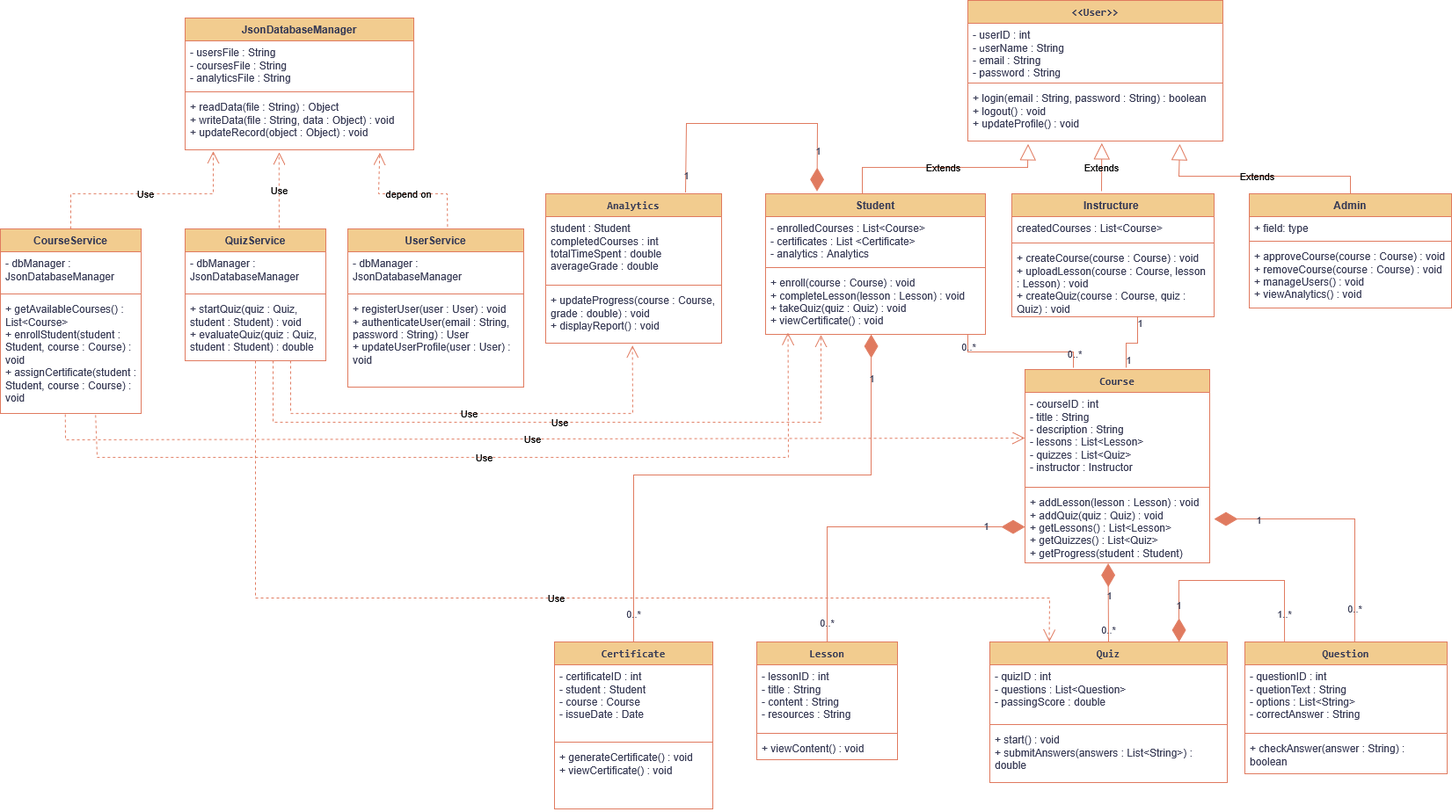
Before: exports/class.drawio.png, a diagram exported from draw.io (Mohamed-Bahig/SkillForge-UML-Design). Source tidied: cells renumbered, new cells last; positions are measured from the earlier drawing's top-left corner, leaving out a move shared by most shapes.
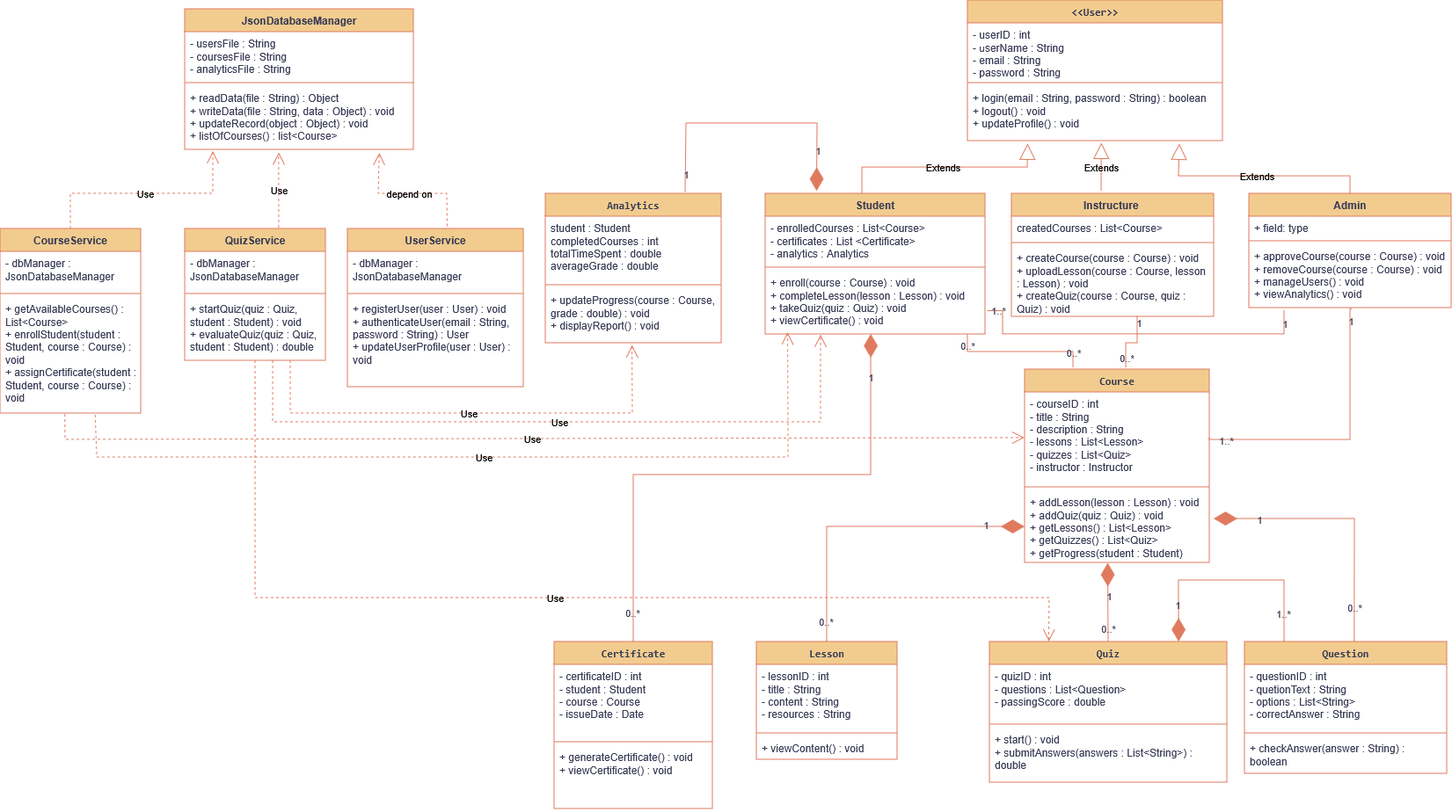
After the change.

Diff of the diagram source:
```diff
@@ -154,9 +154,9 @@
     <mxCell id="45" value="1" style="edgeLabel;html=1;align=center;verticalAlign=middle;labelBackgroundColor=none;fontColor=#393C56;" parent="44" vertex="1">
       <mxGeometry x="0.78" y="-2" relative="1" as="geometry" />
     </mxCell>
-    <mxCell id="46" value="1" style="edgeLabel;html=1;align=center;verticalAlign=middle;labelBackgroundColor=none;fontColor=#393C56;" parent="44" vertex="1">
-      <mxGeometry x="-0.76" y="-2" relative="1" as="geometry" />
-    </mxCell>
+    <mxCell id="93" value="0..*" style="edgeLabel;html=1;align=center;verticalAlign=middle;labelBackgroundColor=none;fontColor=#393C56;" parent="44" vertex="1">
+      <mxGeometry x="-0.68" y="-1" relative="1" as="geometry" />
+    </mxCell>
     <mxCell id="47" value="&lt;code&gt;Analytics&lt;/code&gt;" style="swimlane;fontStyle=1;align=center;verticalAlign=top;horizontal=1;startSize=26;whiteSpace=wrap;html=1;labelBackgroundColor=none;fillColor=#F2CC8F;strokeColor=#E07A5F;fontColor=#393C56;" parent="1" vertex="1">
       <mxGeometry x="620" y="220" width="200" height="170" as="geometry" />
     </mxCell>
@@ -170,7 +170,7 @@
       <mxGeometry y="108" width="200" height="62" as="geometry" />
     </mxCell>
     <mxCell id="51" value="JsonDatabaseManager" style="swimlane;fontStyle=1;align=center;verticalAlign=top;horizontal=1;startSize=26;whiteSpace=wrap;html=1;labelBackgroundColor=none;fillColor=#F2CC8F;strokeColor=#E07A5F;fontColor=#393C56;" parent="1" vertex="1">
-      <mxGeometry x="210" y="20" width="260" height="150" as="geometry" />
+      <mxGeometry x="210" y="10" width="260" height="160" as="geometry" />
     </mxCell>
     <mxCell id="52" value="&lt;div&gt;- usersFile : String&lt;/div&gt;&lt;div&gt;- coursesFile : String&lt;/div&gt;- analyticsFile : String" style="text;strokeColor=none;fillColor=none;align=left;verticalAlign=top;spacingLeft=4;spacingRight=4;overflow=hidden;whiteSpace=wrap;html=1;labelBackgroundColor=none;fontColor=#393C56;" parent="51" vertex="1">
       <mxGeometry y="26" width="260" height="54" as="geometry" />
@@ -178,8 +178,8 @@
     <mxCell id="53" style="line;strokeWidth=1;fillColor=none;align=left;verticalAlign=middle;spacingTop=-1;spacingLeft=3;spacingRight=3;labelPosition=right;strokeColor=#E07A5F;labelBackgroundColor=none;fontColor=#393C56;" parent="51" vertex="1">
       <mxGeometry y="80" width="260" height="8" as="geometry" />
     </mxCell>
-    <mxCell id="54" value="&lt;div&gt;+ readData(file : String) : Object&lt;/div&gt;&lt;div&gt;+ writeData(file : String, data : Object) : void&lt;/div&gt;&lt;div&gt;+ updateRecord(object : Object) : void&lt;/div&gt;" style="text;strokeColor=none;fillColor=none;align=left;verticalAlign=top;spacingLeft=4;spacingRight=4;overflow=hidden;points=[[0,0.5],[1,0.5]];portConstraint=eastwest;whiteSpace=wrap;html=1;labelBackgroundColor=none;fontColor=#393C56;" parent="51" vertex="1">
-      <mxGeometry y="88" width="260" height="62" as="geometry" />
+    <mxCell id="54" value="&lt;div&gt;+ readData(file : String) : Object&lt;/div&gt;&lt;div&gt;+ writeData(file : String, data : Object) : void&lt;/div&gt;&lt;div&gt;+ updateRecord(object : Object) : void&lt;/div&gt;&lt;div&gt;&lt;div&gt;+ listOfCour&lt;span style=&quot;white-space: pre;&quot;&gt;ses() &lt;/span&gt;: list&amp;lt;Course&amp;gt;&lt;/div&gt;&lt;/div&gt;" style="text;strokeColor=none;fillColor=none;align=left;verticalAlign=top;spacingLeft=4;spacingRight=4;overflow=hidden;points=[[0,0.5],[1,0.5]];portConstraint=eastwest;whiteSpace=wrap;html=1;labelBackgroundColor=none;fontColor=#393C56;" parent="51" vertex="1">
+      <mxGeometry y="88" width="260" height="72" as="geometry" />
     </mxCell>
     <mxCell id="55" value="UserService" style="swimlane;fontStyle=1;align=center;verticalAlign=top;horizontal=1;startSize=26;whiteSpace=wrap;html=1;labelBackgroundColor=none;fillColor=#F2CC8F;strokeColor=#E07A5F;fontColor=#393C56;" parent="1" vertex="1">
       <mxGeometry x="395" y="260" width="200" height="180" as="geometry" />
@@ -358,5 +358,35 @@
         </Array>
       </mxGeometry>
     </mxCell>
+    <mxCell id="94" style="endArrow=none;html=1;edgeStyle=orthogonalEdgeStyle;rounded=0;exitX=1;exitY=0.5;exitDx=0;exitDy=0;entryX=0.51;entryY=1.017;entryDx=0;entryDy=0;entryPerimeter=0;labelBackgroundColor=none;strokeColor=#E07A5F;fontColor=default;" parent="1" edge="1" source="19" target="17">
+      <mxGeometry relative="1" as="geometry">
+        <Array as="points">
+          <mxPoint x="1375" y="500" />
+          <mxPoint x="1535" y="500" />
+          <mxPoint x="1535" y="351" />
+        </Array>
+      </mxGeometry>
+    </mxCell>
+    <mxCell id="95" value="1" style="edgeLabel;html=1;align=center;verticalAlign=middle;labelBackgroundColor=none;fontColor=#393C56;" parent="94" vertex="1">
+      <mxGeometry x="0.9" y="-1" relative="1" as="geometry" />
+    </mxCell>
+    <mxCell id="96" value="1..*" style="edgeLabel;html=1;align=center;verticalAlign=middle;labelBackgroundColor=none;fontColor=#393C56;" parent="94" vertex="1">
+      <mxGeometry x="-0.87" y="-1" relative="1" as="geometry" />
+    </mxCell>
+    <mxCell id="97" style="endArrow=none;html=1;edgeStyle=orthogonalEdgeStyle;rounded=0;entryX=0.174;entryY=1.043;entryDx=0;entryDy=0;entryPerimeter=0;exitX=1.011;exitY=0.633;exitDx=0;exitDy=0;exitPerimeter=0;labelBackgroundColor=none;strokeColor=#E07A5F;fontColor=default;" parent="1" edge="1" source="9" target="17">
+      <mxGeometry relative="1" as="geometry">
+        <Array as="points">
+          <mxPoint x="1140" y="354" />
+          <mxPoint x="1140" y="380" />
+          <mxPoint x="1460" y="380" />
+        </Array>
+      </mxGeometry>
+    </mxCell>
+    <mxCell id="98" value="1" style="edgeLabel;html=1;align=center;verticalAlign=middle;labelBackgroundColor=none;fontColor=#393C56;" parent="97" vertex="1">
+      <mxGeometry x="0.93" y="-1" relative="1" as="geometry" />
+    </mxCell>
+    <mxCell id="99" value="1..*" style="edgeLabel;html=1;align=center;verticalAlign=middle;labelBackgroundColor=none;fontColor=#393C56;" parent="97" vertex="1">
+      <mxGeometry x="-0.94" y="1" relative="1" as="geometry" />
+    </mxCell>
   </root>
 </mxGraphModel>
```
